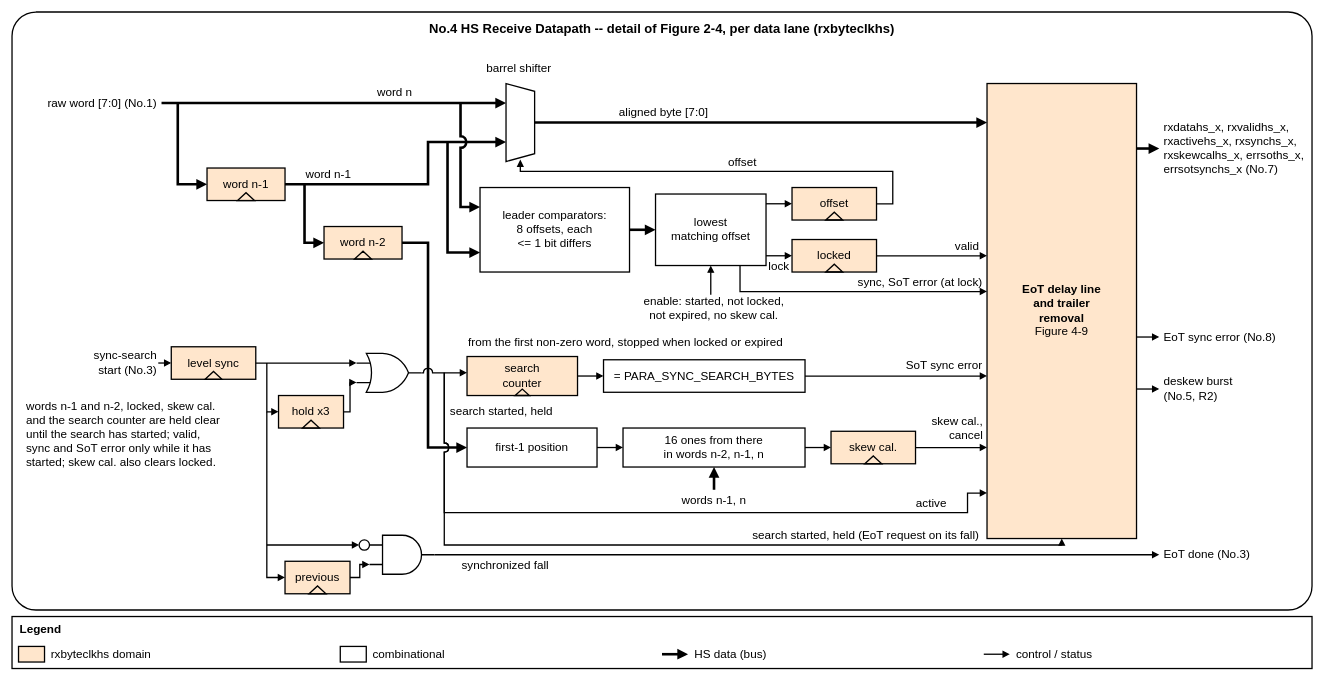
Before: 22fdx/rx/digital/doc/figures/ftel_dphy_rx_hs_datapath.drawio in ftel-cdc/fu3_dphy, a draw.io diagram. Source tidied: cells renumbered, new cells numbered last; positions are measured from the earlier drawing's top-left corner, leaving out a move shared by most shapes. Both pictures are drawn from the tidied source at 65%, with x=0, y=0 at pixel (12, 12).
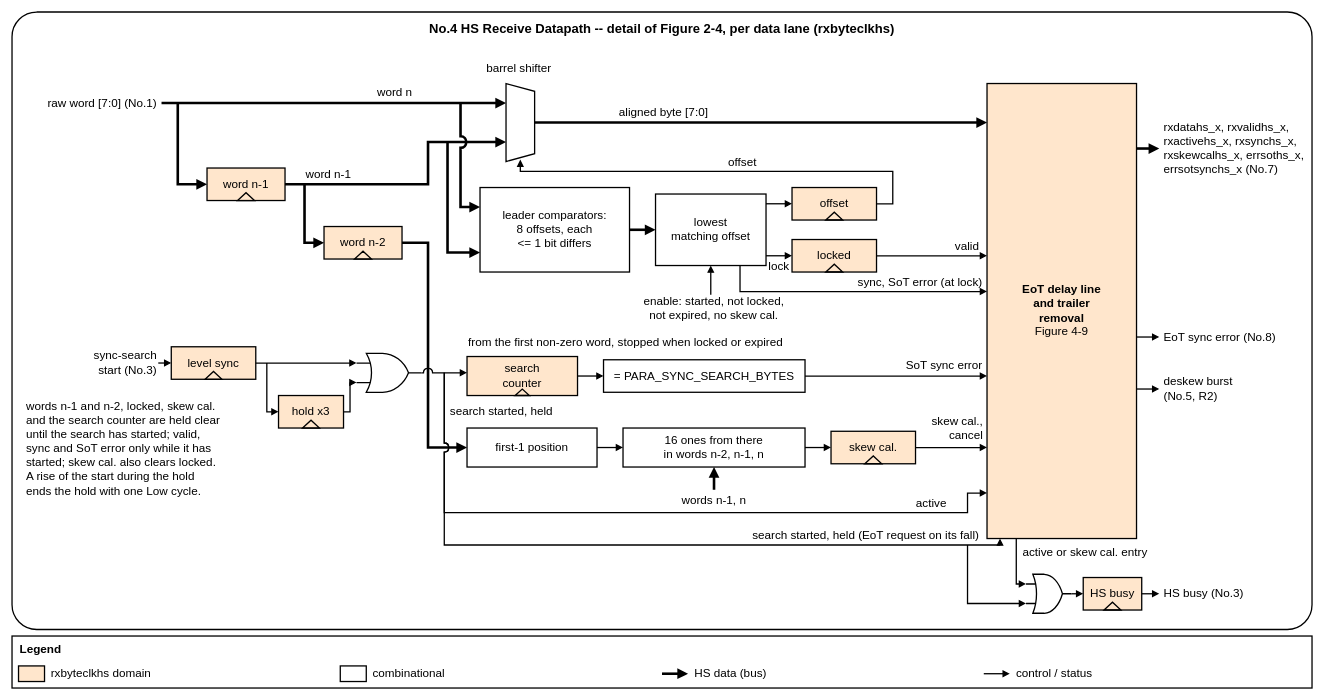
After the change.

Change to the diagram source:
```diff
@@
     <mxCell id="2" value="No.4 HS Receive Datapath  --  detail of Figure 2-4, per data lane (rxbyteclkhs)" style="rounded=1;whiteSpace=wrap;html=1;fontSize=20;fontStyle=1;verticalAlign=top;strokeWidth=2;fillColor=none;arcSize=4;spacingTop=6;" parent="1" vertex="1">
-      <mxGeometry width="2000" height="920" as="geometry" />
+      <mxGeometry width="2000" height="950" as="geometry" />
     </mxCell>
@@
-    <mxCell id="60" value="EoT done (No.3)" style="text;html=1;whiteSpace=wrap;fontSize=18;align=left;verticalAlign=middle;strokeColor=none;fillColor=none;spacing=2;" parent="1" vertex="1">
-      <mxGeometry x="1770" y="820" width="225" height="30" as="geometry" />
-    </mxCell>
@@
-    <mxCell id="65" value="words n-1 and n-2, locked, skew cal.&lt;br&gt;and the search counter are held clear&lt;br&gt;until the search has started; valid,&lt;br&gt;sync and SoT error only while it has&lt;br&gt;started; skew cal. also clears locked." style="text;html=1;whiteSpace=wrap;fontSize=18;align=left;verticalAlign=top;strokeColor=none;fillColor=none;spacing=2;" parent="1" vertex="1">
-      <mxGeometry x="20" y="590" width="360" height="160" as="geometry" />
+    <mxCell id="65" value="words n-1 and n-2, locked, skew cal.&lt;br&gt;and the search counter are held clear&lt;br&gt;until the search has started; valid,&lt;br&gt;sync and SoT error only while it has&lt;br&gt;started; skew cal. also clears locked.&lt;br&gt;A rise of the start during the hold&lt;br&gt;ends the hold with one Low cycle." style="text;html=1;whiteSpace=wrap;fontSize=18;align=left;verticalAlign=top;strokeColor=none;fillColor=none;spacing=2;" parent="1" vertex="1">
+      <mxGeometry x="20" y="590" width="360" height="220" as="geometry" />
     </mxCell>
@@
     <mxCell id="73" style="endArrow=block;endFill=1;html=1;fontSize=18;edgeStyle=orthogonalEdgeStyle;rounded=0;jumpStyle=arc;jumpSize=12;labelBackgroundColor=#FFFFFF;strokeWidth=2;" parent="1" edge="1">
       <mxGeometry relative="1" as="geometry">
         <mxPoint x="665" y="555" as="sourcePoint" />
-        <mxPoint x="1615" y="810" as="targetPoint" />
+        <mxPoint x="1520" y="810" as="targetPoint" />
         <Array as="points">
           <mxPoint x="665" y="820" />
-          <mxPoint x="1615" y="820" />
+          <mxPoint x="1520" y="820" />
         </Array>
       </mxGeometry>
     </mxCell>
+    <mxCell id="99" style="endArrow=block;endFill=1;html=1;fontSize=18;edgeStyle=orthogonalEdgeStyle;rounded=0;jumpStyle=arc;jumpSize=12;labelBackgroundColor=#FFFFFF;strokeWidth=2;" parent="1" edge="1">
+      <mxGeometry relative="1" as="geometry">
+        <mxPoint x="1545" y="810" as="sourcePoint" />
+        <mxPoint x="1560" y="880" as="targetPoint" />
+        <Array as="points">
+          <mxPoint x="1545" y="880" />
+        </Array>
+      </mxGeometry>
+    </mxCell>
+    <mxCell id="100" value="active or skew cal. entry" style="text;html=1;whiteSpace=wrap;fontSize=18;align=left;verticalAlign=middle;strokeColor=none;fillColor=none;spacing=2;" parent="1" vertex="1">
+      <mxGeometry x="1553" y="818" width="245" height="28" as="geometry" />
+    </mxCell>
+    <mxCell id="101" style="endArrow=block;endFill=1;html=1;fontSize=18;edgeStyle=orthogonalEdgeStyle;rounded=0;jumpStyle=arc;jumpSize=12;labelBackgroundColor=#FFFFFF;strokeWidth=2;" parent="1" edge="1">
+      <mxGeometry relative="1" as="geometry">
+        <mxPoint x="1470" y="820" as="sourcePoint" />
+        <mxPoint x="1560" y="910" as="targetPoint" />
+        <Array as="points">
+          <mxPoint x="1470" y="910" />
+        </Array>
+      </mxGeometry>
+    </mxCell>
+    <mxCell id="102" style="verticalLabelPosition=bottom;shadow=0;dashed=0;align=center;html=1;verticalAlign=top;shape=mxgraph.electrical.logic_gates.logic_gate;operation=or;strokeWidth=2;fontSize=18;" parent="1" vertex="1">
+      <mxGeometry x="1560" y="865" width="70" height="60" as="geometry" />
+    </mxCell>
+    <mxCell id="103" style="endArrow=block;endFill=1;html=1;fontSize=18;edgeStyle=orthogonalEdgeStyle;rounded=0;jumpStyle=arc;jumpSize=12;labelBackgroundColor=#FFFFFF;strokeWidth=2;" parent="1" edge="1">
+      <mxGeometry relative="1" as="geometry">
+        <mxPoint x="1630" y="895" as="sourcePoint" />
+        <mxPoint x="1648" y="895" as="targetPoint" />
+      </mxGeometry>
+    </mxCell>
+    <mxCell id="104" value="HS busy" style="rounded=0;whiteSpace=wrap;html=1;fontSize=18;strokeWidth=2;fillColor=#FFE6CC;align=center;verticalAlign=middle;spacing=4;" parent="1" vertex="1">
+      <mxGeometry x="1648" y="870" width="90" height="50" as="geometry" />
+    </mxCell>
+    <mxCell id="105" style="triangle;whiteSpace=wrap;html=1;rotation=-90;strokeWidth=2;fillColor=none;" parent="1" vertex="1">
+      <mxGeometry x="1687" y="901" width="12" height="26" as="geometry" />
+    </mxCell>
+    <mxCell id="106" style="endArrow=block;endFill=1;html=1;fontSize=18;edgeStyle=orthogonalEdgeStyle;rounded=0;jumpStyle=arc;jumpSize=12;labelBackgroundColor=#FFFFFF;strokeWidth=2;" parent="1" edge="1">
+      <mxGeometry relative="1" as="geometry">
+        <mxPoint x="1738" y="895" as="sourcePoint" />
+        <mxPoint x="1765" y="895" as="targetPoint" />
+      </mxGeometry>
+    </mxCell>
+    <mxCell id="107" value="HS busy (No.3)" style="text;html=1;whiteSpace=wrap;fontSize=18;align=left;verticalAlign=middle;strokeColor=none;fillColor=none;spacing=2;" parent="1" vertex="1">
+      <mxGeometry x="1770" y="880" width="225" height="30" as="geometry" />
+    </mxCell>
     <mxCell id="74" style="rounded=0;whiteSpace=wrap;html=1;fontSize=18;strokeWidth=2;fillColor=none;align=center;verticalAlign=middle;spacing=4;" parent="1" vertex="1">
-      <mxGeometry y="930" width="2000" height="80" as="geometry" />
+      <mxGeometry y="960" width="2000" height="80" as="geometry" />
     </mxCell>
     <mxCell id="75" value="&lt;b&gt;Legend&lt;/b&gt;" style="text;html=1;whiteSpace=wrap;fontSize=18;align=left;verticalAlign=middle;strokeColor=none;fillColor=none;spacing=2;" parent="1" vertex="1">
-      <mxGeometry x="10" y="934" width="100" height="32" as="geometry" />
+      <mxGeometry x="10" y="964" width="100" height="32" as="geometry" />
     </mxCell>
     <mxCell id="76" style="rounded=0;whiteSpace=wrap;html=1;fontSize=18;strokeWidth=2;fillColor=#FFE6CC;align=center;verticalAlign=middle;spacing=4;" parent="1" vertex="1">
-      <mxGeometry x="10" y="976" width="40" height="24" as="geometry" />
+      <mxGeometry x="10" y="1006" width="40" height="24" as="geometry" />
     </mxCell>
     <mxCell id="77" value="rxbyteclkhs domain" style="text;html=1;whiteSpace=wrap;fontSize=18;align=left;verticalAlign=middle;strokeColor=none;fillColor=none;spacing=2;" parent="1" vertex="1">
-      <mxGeometry x="58" y="970" width="445" height="36" as="geometry" />
+      <mxGeometry x="58" y="1000" width="445" height="36" as="geometry" />
     </mxCell>
     <mxCell id="78" style="rounded=0;whiteSpace=wrap;html=1;fontSize=18;strokeWidth=2;fillColor=#FFFFFF;align=center;verticalAlign=middle;spacing=4;" parent="1" vertex="1">
-      <mxGeometry x="505" y="976" width="40" height="24" as="geometry" />
+      <mxGeometry x="505" y="1006" width="40" height="24" as="geometry" />
     </mxCell>
     <mxCell id="79" value="combinational" style="text;html=1;whiteSpace=wrap;fontSize=18;align=left;verticalAlign=middle;strokeColor=none;fillColor=none;spacing=2;" parent="1" vertex="1">
-      <mxGeometry x="553" y="970" width="445" height="36" as="geometry" />
+      <mxGeometry x="553" y="1000" width="445" height="36" as="geometry" />
     </mxCell>
     <mxCell id="80" style="endArrow=block;endFill=1;html=1;fontSize=18;edgeStyle=orthogonalEdgeStyle;rounded=0;jumpStyle=arc;jumpSize=12;labelBackgroundColor=#FFFFFF;strokeWidth=4;edgeStyle=none;" parent="1" edge="1">
       <mxGeometry relative="1" as="geometry">
-        <mxPoint x="1000" y="988" as="sourcePoint" />
-        <mxPoint x="1040" y="988" as="targetPoint" />
+        <mxPoint x="1000" y="1018" as="sourcePoint" />
+        <mxPoint x="1040" y="1018" as="targetPoint" />
       </mxGeometry>
     </mxCell>
     <mxCell id="81" value="HS data (bus)" style="text;html=1;whiteSpace=wrap;fontSize=18;align=left;verticalAlign=middle;strokeColor=none;fillColor=none;spacing=2;" parent="1" vertex="1">
-      <mxGeometry x="1048" y="970" width="445" height="36" as="geometry" />
+      <mxGeometry x="1048" y="1000" width="445" height="36" as="geometry" />
     </mxCell>
     <mxCell id="82" style="endArrow=block;endFill=1;html=1;fontSize=18;edgeStyle=orthogonalEdgeStyle;rounded=0;jumpStyle=arc;jumpSize=12;labelBackgroundColor=#FFFFFF;strokeWidth=2;edgeStyle=none;" parent="1" edge="1">
       <mxGeometry relative="1" as="geometry">
-        <mxPoint x="1495" y="988" as="sourcePoint" />
-        <mxPoint x="1535" y="988" as="targetPoint" />
+        <mxPoint x="1495" y="1018" as="sourcePoint" />
+        <mxPoint x="1535" y="1018" as="targetPoint" />
       </mxGeometry>
     </mxCell>
     <mxCell id="83" value="control / status" style="text;html=1;whiteSpace=wrap;fontSize=18;align=left;verticalAlign=middle;strokeColor=none;fillColor=none;spacing=2;" parent="1" vertex="1">
-      <mxGeometry x="1543" y="970" width="445" height="36" as="geometry" />
+      <mxGeometry x="1543" y="1000" width="445" height="36" as="geometry" />
     </mxCell>
@@
-    <mxCell id="90" style="endArrow=block;endFill=1;html=1;fontSize=18;edgeStyle=orthogonalEdgeStyle;rounded=0;jumpStyle=arc;jumpSize=12;labelBackgroundColor=#FFFFFF;strokeWidth=2;" parent="1" edge="1">
-      <mxGeometry relative="1" as="geometry">
-        <mxPoint x="392" y="615" as="sourcePoint" />
-        <mxPoint x="420" y="870" as="targetPoint" />
-        <Array as="points">
-          <mxPoint x="392" y="870" />
-        </Array>
-      </mxGeometry>
-    </mxCell>
-    <mxCell id="91" style="endArrow=block;endFill=1;html=1;fontSize=18;edgeStyle=orthogonalEdgeStyle;rounded=0;jumpStyle=arc;jumpSize=12;labelBackgroundColor=#FFFFFF;strokeWidth=2;edgeStyle=none;" parent="1" edge="1">
-      <mxGeometry relative="1" as="geometry">
-        <mxPoint x="392" y="820" as="sourcePoint" />
-        <mxPoint x="534" y="820" as="targetPoint" />
-      </mxGeometry>
-    </mxCell>
-    <mxCell id="92" value="previous" style="rounded=0;whiteSpace=wrap;html=1;fontSize=18;strokeWidth=2;fillColor=#FFE6CC;align=center;verticalAlign=middle;spacing=4;" parent="1" vertex="1">
-      <mxGeometry x="420" y="845" width="100" height="50" as="geometry" />
-    </mxCell>
-    <mxCell id="93" style="triangle;whiteSpace=wrap;html=1;rotation=-90;strokeWidth=2;fillColor=none;" parent="1" vertex="1">
-      <mxGeometry x="464" y="876" width="12" height="26" as="geometry" />
-    </mxCell>
-    <mxCell id="94" style="ellipse;whiteSpace=wrap;html=1;strokeWidth=2;" parent="1" vertex="1">
-      <mxGeometry x="534" y="812" width="16" height="16" as="geometry" />
-    </mxCell>
-    <mxCell id="95" style="verticalLabelPosition=bottom;shadow=0;dashed=0;align=center;html=1;verticalAlign=top;shape=mxgraph.electrical.logic_gates.logic_gate;operation=and;strokeWidth=2;fontSize=18;" parent="1" vertex="1">
-      <mxGeometry x="550" y="805" width="100" height="60" as="geometry" />
-    </mxCell>
-    <mxCell id="96" style="endArrow=block;endFill=1;html=1;fontSize=18;edgeStyle=orthogonalEdgeStyle;rounded=0;jumpStyle=arc;jumpSize=12;labelBackgroundColor=#FFFFFF;strokeWidth=2;" parent="1" edge="1">
-      <mxGeometry relative="1" as="geometry">
-        <mxPoint x="520" y="870" as="sourcePoint" />
-        <mxPoint x="550" y="850" as="targetPoint" />
-        <Array as="points">
-          <mxPoint x="535" y="870" />
-          <mxPoint x="535" y="850" />
-        </Array>
-      </mxGeometry>
-    </mxCell>
-    <mxCell id="97" style="endArrow=block;endFill=1;html=1;fontSize=18;edgeStyle=orthogonalEdgeStyle;rounded=0;jumpStyle=arc;jumpSize=12;labelBackgroundColor=#FFFFFF;strokeWidth=2;edgeStyle=none;" parent="1" edge="1">
-      <mxGeometry relative="1" as="geometry">
-        <mxPoint x="650" y="835" as="sourcePoint" />
-        <mxPoint x="1765" y="835" as="targetPoint" />
-      </mxGeometry>
-    </mxCell>
-    <mxCell id="98" value="synchronized fall" style="text;html=1;whiteSpace=wrap;fontSize=18;align=left;verticalAlign=middle;strokeColor=none;fillColor=none;spacing=2;" parent="1" vertex="1">
-      <mxGeometry x="690" y="838" width="230" height="28" as="geometry" />
-    </mxCell>
```
